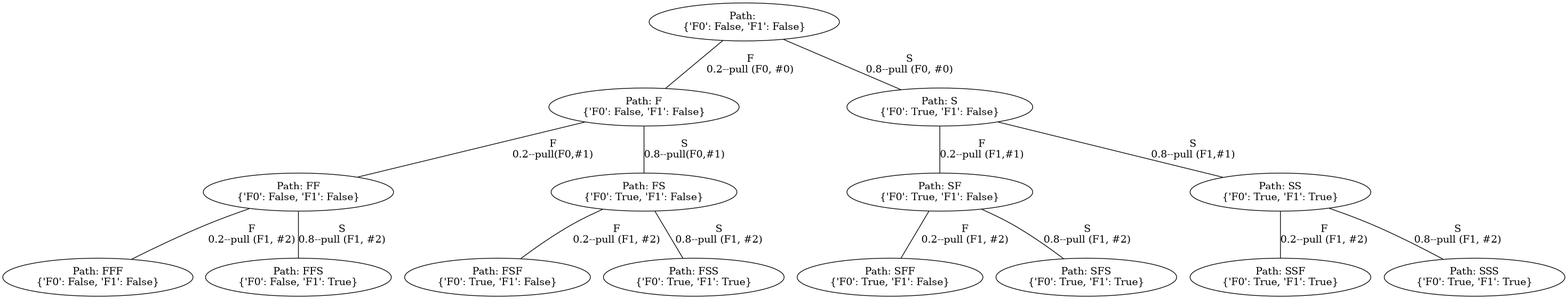
The Graphviz diagram graph.gv.png in YasinBoloorchi/WARP-Simulator, before a commit. Its source is kept beside it as graph.gv.
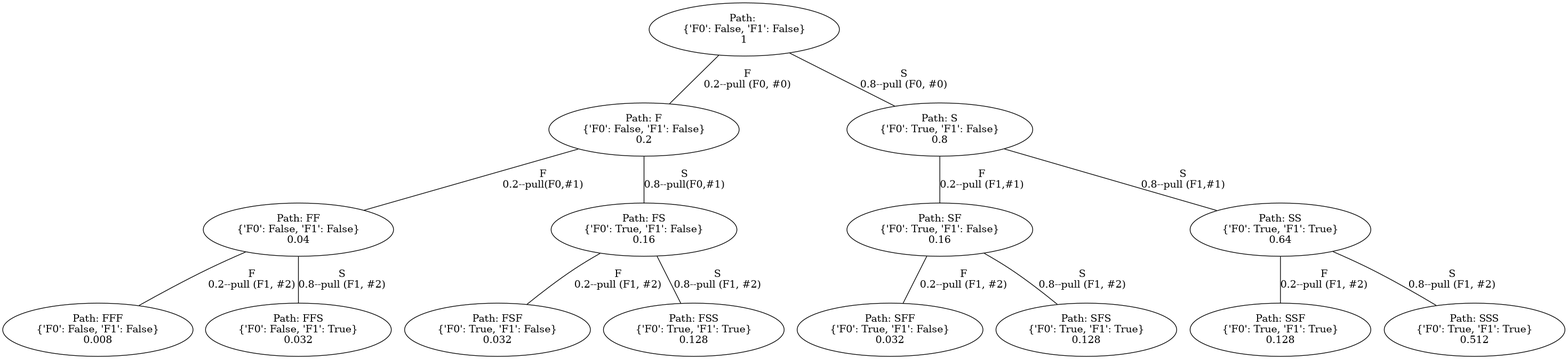
Above is the later version.

Diff of the diagram source:
```diff
@@ -1,88 +1,117 @@
 graph "graph" {
 	"" [label="Path:
-{'F0': False, 'F1': False}"]
+{'F0': False, 'F1': False}
+1"]
 	"" [label="Path:
-{'F0': False, 'F1': False}"]
+{'F0': False, 'F1': False}
+1"]
 	"" -- F [label="F
 0.2--pull (F0, #0)"]
 	F [label="Path: F
-{'F0': False, 'F1': False}"]
+{'F0': False, 'F1': False}
+0.2"]
 	F [label="Path: F
-{'F0': False, 'F1': False}"]
+{'F0': False, 'F1': False}
+0.2"]
 	F -- FF [label="F
 0.2--pull(F0,#1)"]
 	FF [label="Path: FF
-{'F0': False, 'F1': False}"]
+{'F0': False, 'F1': False}
+0.04"]
 	FF [label="Path: FF
-{'F0': False, 'F1': False}"]
+{'F0': False, 'F1': False}
+0.04"]
 	FF -- FFF [label="F
 0.2--pull (F1, #2)"]
 	FFF [label="Path: FFF
-{'F0': False, 'F1': False}"]
+{'F0': False, 'F1': False}
+0.008"]
 	FF [label="Path: FF
-{'F0': False, 'F1': False}"]
+{'F0': False, 'F1': False}
+0.04"]
 	FF -- FFS [label="S
 0.8--pull (F1, #2)"]
 	FFS [label="Path: FFS
-{'F0': False, 'F1': True}"]
+{'F0': False, 'F1': True}
+0.032"]
 	F [label="Path: F
-{'F0': False, 'F1': False}"]
+{'F0': False, 'F1': False}
+0.2"]
 	F -- FS [label="S
 0.8--pull(F0,#1)"]
 	FS [label="Path: FS
-{'F0': True, 'F1': False}"]
+{'F0': True, 'F1': False}
+0.16"]
 	FS [label="Path: FS
-{'F0': True, 'F1': False}"]
+{'F0': True, 'F1': False}
+0.16"]
 	FS -- FSF [label="F
 0.2--pull (F1, #2)"]
 	FSF [label="Path: FSF
-{'F0': True, 'F1': False}"]
+{'F0': True, 'F1': False}
+0.032"]
 	FS [label="Path: FS
-{'F0': True, 'F1': False}"]
+{'F0': True, 'F1': False}
+0.16"]
 	FS -- FSS [label="S
 0.8--pull (F1, #2)"]
 	FSS [label="Path: FSS
-{'F0': True, 'F1': True}"]
+{'F0': True, 'F1': True}
+0.128"]
 	"" [label="Path:
-{'F0': False, 'F1': False}"]
+{'F0': False, 'F1': False}
+1"]
 	"" -- S [label="S
 0.8--pull (F0, #0)"]
 	S [label="Path: S
-{'F0': True, 'F1': False}"]
+{'F0': True, 'F1': False}
+0.8"]
 	S [label="Path: S
-{'F0': True, 'F1': False}"]
+{'F0': True, 'F1': False}
+0.8"]
 	S -- SF [label="F
 0.2--pull (F1,#1)"]
 	SF [label="Path: SF
-{'F0': True, 'F1': False}"]
+{'F0': True, 'F1': False}
+0.16"]
 	SF [label="Path: SF
-{'F0': True, 'F1': False}"]
+{'F0': True, 'F1': False}
+0.16"]
 	SF -- SFF [label="F
 0.2--pull (F1, #2)"]
 	SFF [label="Path: SFF
-{'F0': True, 'F1': False}"]
+{'F0': True, 'F1': False}
+0.032"]
 	SF [label="Path: SF
-{'F0': True, 'F1': False}"]
+{'F0': True, 'F1': False}
+0.16"]
 	SF -- SFS [label="S
 0.8--pull (F1, #2)"]
 	SFS [label="Path: SFS
-{'F0': True, 'F1': True}"]
+{'F0': True, 'F1': True}
+0.128"]
 	S [label="Path: S
-{'F0': True, 'F1': False}"]
+{'F0': True, 'F1': False}
+0.8"]
 	S -- SS [label="S
 0.8--pull (F1,#1)"]
 	SS [label="Path: SS
-{'F0': True, 'F1': True}"]
+{'F0': True, 'F1': True}
+0.64"]
 	SS [label="Path: SS
-{'F0': True, 'F1': True}"]
+{'F0': True, 'F1': True}
+0.64"]
 	SS -- SSF [label="F
 0.2--pull (F1, #2)"]
 	SSF [label="Path: SSF
-{'F0': True, 'F1': True}"]
+{'F0': True, 'F1': True}
+0.128"]
 	SS [label="Path: SS
-{'F0': True, 'F1': True}"]
+{'F0': True, 'F1': True}
+0.64"]
 	SS -- SSS [label="S
 0.8--pull (F1, #2)"]
 	SSS [label="Path: SSS
-{'F0': True, 'F1': True}"]
+{'F0': True, 'F1': True}
+0.512"]
 }
```
